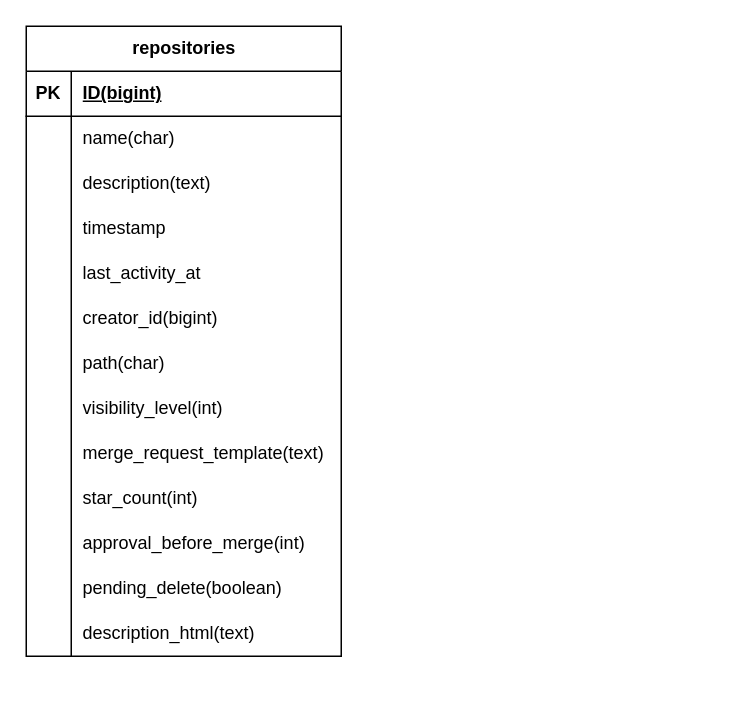
The draw.io diagram Untitled Diagram.drawio in hoangchung16-00/my-git-store, before the edit. Source tidied: cells renumbered, new cells numbered last; positions are measured from the earlier drawing's top-left corner, leaving out a move shared by most shapes. Both pictures are drawn from the tidied source at 150%, with x=0, y=0 at pixel (26, 26).
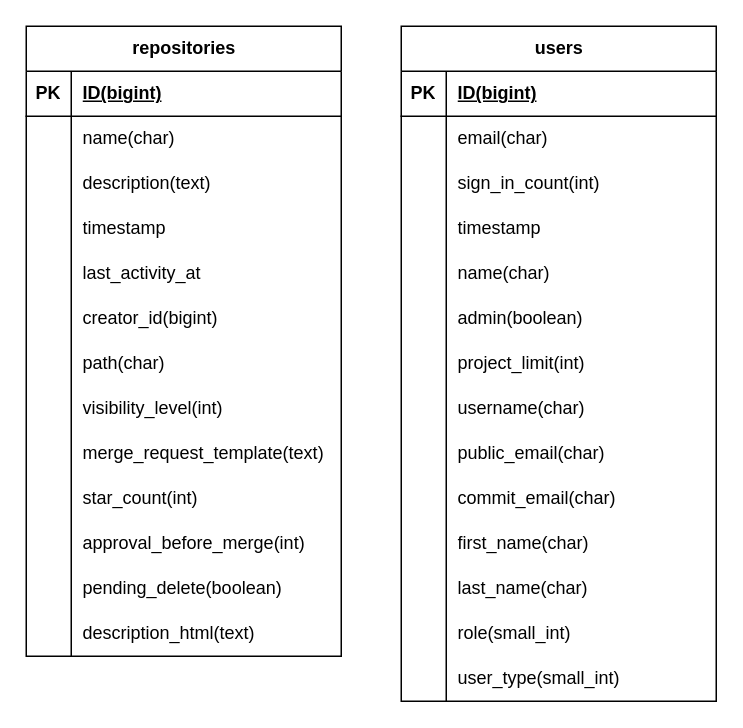
After the change.

Commit message:
diagram: users

Change to the diagram source:
```diff
@@
+    <mxCell id="42" value="users" style="shape=table;startSize=30;childLayout=tableLayout;rowLines=0;fontStyle=1;align=center;html=1;" parent="1" vertex="1">
+      <mxGeometry x="250" width="210" height="450" as="geometry" />
+    </mxCell>
+    <mxCell id="43" style="shape=tableRow;horizontal=0;startSize=0;swimlaneHead=0;swimlaneBody=0;fillColor=none;top=0;left=0;right=0;bottom=1;" parent="42" vertex="1">
+      <mxGeometry y="30" width="210" height="30" as="geometry" />
+    </mxCell>
+    <mxCell id="44" value="PK" style="shape=partialRectangle;fillColor=none;top=0;left=0;bottom=0;right=0;fontStyle=1;overflow=hidden;whiteSpace=wrap;html=1;" parent="43" vertex="1">
+      <mxGeometry width="30" height="30" as="geometry" />
+    </mxCell>
+    <mxCell id="45" value="ID(bigint)" style="shape=partialRectangle;fillColor=none;top=0;left=0;bottom=0;right=0;align=left;spacingLeft=6;fontStyle=5;overflow=hidden;whiteSpace=wrap;html=1;" parent="43" vertex="1">
+      <mxGeometry x="30" width="180" height="30" as="geometry" />
+    </mxCell>
+    <mxCell id="46" style="shape=tableRow;horizontal=0;startSize=0;swimlaneHead=0;swimlaneBody=0;fillColor=none;top=0;left=0;right=0;bottom=0;" parent="42" vertex="1">
+      <mxGeometry y="60" width="210" height="30" as="geometry" />
+    </mxCell>
+    <mxCell id="47" style="shape=partialRectangle;fillColor=none;top=0;left=0;bottom=0;right=0;overflow=hidden;whiteSpace=wrap;html=1;" parent="46" vertex="1">
+      <mxGeometry width="30" height="30" as="geometry" />
+    </mxCell>
+    <mxCell id="48" value="email(char)" style="shape=partialRectangle;fillColor=none;top=0;left=0;bottom=0;right=0;align=left;spacingLeft=6;overflow=hidden;whiteSpace=wrap;html=1;" parent="46" vertex="1">
+      <mxGeometry x="30" width="180" height="30" as="geometry" />
+    </mxCell>
+    <mxCell id="49" style="shape=tableRow;horizontal=0;startSize=0;swimlaneHead=0;swimlaneBody=0;fillColor=none;top=0;left=0;right=0;bottom=0;" parent="42" vertex="1">
+      <mxGeometry y="90" width="210" height="30" as="geometry" />
+    </mxCell>
+    <mxCell id="50" style="shape=partialRectangle;fillColor=none;top=0;left=0;bottom=0;right=0;overflow=hidden;whiteSpace=wrap;html=1;" parent="49" vertex="1">
+      <mxGeometry width="30" height="30" as="geometry" />
+    </mxCell>
+    <mxCell id="51" value="sign_in_count(int)" style="shape=partialRectangle;fillColor=none;top=0;left=0;bottom=0;right=0;align=left;spacingLeft=6;overflow=hidden;whiteSpace=wrap;html=1;" parent="49" vertex="1">
+      <mxGeometry x="30" width="180" height="30" as="geometry" />
+    </mxCell>
+    <mxCell id="52" style="shape=tableRow;horizontal=0;startSize=0;swimlaneHead=0;swimlaneBody=0;fillColor=none;top=0;left=0;right=0;bottom=0;" parent="42" vertex="1">
+      <mxGeometry y="120" width="210" height="30" as="geometry" />
+    </mxCell>
+    <mxCell id="53" style="shape=partialRectangle;fillColor=none;top=0;left=0;bottom=0;right=0;overflow=hidden;whiteSpace=wrap;html=1;" parent="52" vertex="1">
+      <mxGeometry width="30" height="30" as="geometry" />
+    </mxCell>
+    <mxCell id="54" value="timestamp" style="shape=partialRectangle;fillColor=none;top=0;left=0;bottom=0;right=0;align=left;spacingLeft=6;overflow=hidden;whiteSpace=wrap;html=1;" parent="52" vertex="1">
+      <mxGeometry x="30" width="180" height="30" as="geometry" />
+    </mxCell>
+    <mxCell id="55" style="shape=tableRow;horizontal=0;startSize=0;swimlaneHead=0;swimlaneBody=0;fillColor=none;top=0;left=0;right=0;bottom=0;" parent="42" vertex="1">
+      <mxGeometry y="150" width="210" height="30" as="geometry" />
+    </mxCell>
+    <mxCell id="56" style="shape=partialRectangle;fillColor=none;top=0;left=0;bottom=0;right=0;overflow=hidden;whiteSpace=wrap;html=1;" parent="55" vertex="1">
+      <mxGeometry width="30" height="30" as="geometry" />
+    </mxCell>
+    <mxCell id="57" value="name(char)" style="shape=partialRectangle;fillColor=none;top=0;left=0;bottom=0;right=0;align=left;spacingLeft=6;overflow=hidden;whiteSpace=wrap;html=1;" parent="55" vertex="1">
+      <mxGeometry x="30" width="180" height="30" as="geometry" />
+    </mxCell>
+    <mxCell id="58" style="shape=tableRow;horizontal=0;startSize=0;swimlaneHead=0;swimlaneBody=0;fillColor=none;top=0;left=0;right=0;bottom=0;" parent="42" vertex="1">
+      <mxGeometry y="180" width="210" height="30" as="geometry" />
+    </mxCell>
+    <mxCell id="59" style="shape=partialRectangle;fillColor=none;top=0;left=0;bottom=0;right=0;overflow=hidden;whiteSpace=wrap;html=1;" parent="58" vertex="1">
+      <mxGeometry width="30" height="30" as="geometry" />
+    </mxCell>
+    <mxCell id="60" value="admin(boolean)" style="shape=partialRectangle;fillColor=none;top=0;left=0;bottom=0;right=0;align=left;spacingLeft=6;overflow=hidden;whiteSpace=wrap;html=1;" parent="58" vertex="1">
+      <mxGeometry x="30" width="180" height="30" as="geometry" />
+    </mxCell>
+    <mxCell id="61" style="shape=tableRow;horizontal=0;startSize=0;swimlaneHead=0;swimlaneBody=0;fillColor=none;top=0;left=0;right=0;bottom=0;" parent="42" vertex="1">
+      <mxGeometry y="210" width="210" height="30" as="geometry" />
+    </mxCell>
+    <mxCell id="62" style="shape=partialRectangle;fillColor=none;top=0;left=0;bottom=0;right=0;overflow=hidden;whiteSpace=wrap;html=1;" parent="61" vertex="1">
+      <mxGeometry width="30" height="30" as="geometry" />
+    </mxCell>
+    <mxCell id="63" value="project_limit(int)" style="shape=partialRectangle;fillColor=none;top=0;left=0;bottom=0;right=0;align=left;spacingLeft=6;overflow=hidden;whiteSpace=wrap;html=1;" parent="61" vertex="1">
+      <mxGeometry x="30" width="180" height="30" as="geometry" />
+    </mxCell>
+    <mxCell id="64" style="shape=tableRow;horizontal=0;startSize=0;swimlaneHead=0;swimlaneBody=0;fillColor=none;top=0;left=0;right=0;bottom=0;" parent="42" vertex="1">
+      <mxGeometry y="240" width="210" height="30" as="geometry" />
+    </mxCell>
+    <mxCell id="65" style="shape=partialRectangle;fillColor=none;top=0;left=0;bottom=0;right=0;overflow=hidden;whiteSpace=wrap;html=1;" parent="64" vertex="1">
+      <mxGeometry width="30" height="30" as="geometry" />
+    </mxCell>
+    <mxCell id="66" value="username(char)" style="shape=partialRectangle;fillColor=none;top=0;left=0;bottom=0;right=0;align=left;spacingLeft=6;overflow=hidden;whiteSpace=wrap;html=1;" parent="64" vertex="1">
+      <mxGeometry x="30" width="180" height="30" as="geometry" />
+    </mxCell>
+    <mxCell id="67" style="shape=tableRow;horizontal=0;startSize=0;swimlaneHead=0;swimlaneBody=0;fillColor=none;top=0;left=0;right=0;bottom=0;" parent="42" vertex="1">
+      <mxGeometry y="270" width="210" height="30" as="geometry" />
+    </mxCell>
+    <mxCell id="68" style="shape=partialRectangle;fillColor=none;top=0;left=0;bottom=0;right=0;overflow=hidden;whiteSpace=wrap;html=1;" parent="67" vertex="1">
+      <mxGeometry width="30" height="30" as="geometry" />
+    </mxCell>
+    <mxCell id="69" value="public_email(char)" style="shape=partialRectangle;fillColor=none;top=0;left=0;bottom=0;right=0;align=left;spacingLeft=6;overflow=hidden;whiteSpace=wrap;html=1;" parent="67" vertex="1">
+      <mxGeometry x="30" width="180" height="30" as="geometry" />
+    </mxCell>
+    <mxCell id="70" style="shape=tableRow;horizontal=0;startSize=0;swimlaneHead=0;swimlaneBody=0;fillColor=none;top=0;left=0;right=0;bottom=0;" parent="42" vertex="1">
+      <mxGeometry y="300" width="210" height="30" as="geometry" />
+    </mxCell>
+    <mxCell id="71" style="shape=partialRectangle;fillColor=none;top=0;left=0;bottom=0;right=0;overflow=hidden;whiteSpace=wrap;html=1;" parent="70" vertex="1">
+      <mxGeometry width="30" height="30" as="geometry" />
+    </mxCell>
+    <mxCell id="72" value="commit_email(char)" style="shape=partialRectangle;fillColor=none;top=0;left=0;bottom=0;right=0;align=left;spacingLeft=6;overflow=hidden;whiteSpace=wrap;html=1;" parent="70" vertex="1">
+      <mxGeometry x="30" width="180" height="30" as="geometry" />
+    </mxCell>
+    <mxCell id="73" style="shape=tableRow;horizontal=0;startSize=0;swimlaneHead=0;swimlaneBody=0;fillColor=none;top=0;left=0;right=0;bottom=0;" parent="42" vertex="1">
+      <mxGeometry y="330" width="210" height="30" as="geometry" />
+    </mxCell>
+    <mxCell id="74" style="shape=partialRectangle;fillColor=none;top=0;left=0;bottom=0;right=0;overflow=hidden;whiteSpace=wrap;html=1;" parent="73" vertex="1">
+      <mxGeometry width="30" height="30" as="geometry" />
+    </mxCell>
+    <mxCell id="75" value="first_name(char)" style="shape=partialRectangle;fillColor=none;top=0;left=0;bottom=0;right=0;align=left;spacingLeft=6;overflow=hidden;whiteSpace=wrap;html=1;" parent="73" vertex="1">
+      <mxGeometry x="30" width="180" height="30" as="geometry" />
+    </mxCell>
+    <mxCell id="76" style="shape=tableRow;horizontal=0;startSize=0;swimlaneHead=0;swimlaneBody=0;fillColor=none;top=0;left=0;right=0;bottom=0;" parent="42" vertex="1">
+      <mxGeometry y="360" width="210" height="30" as="geometry" />
+    </mxCell>
+    <mxCell id="77" style="shape=partialRectangle;fillColor=none;top=0;left=0;bottom=0;right=0;overflow=hidden;whiteSpace=wrap;html=1;" parent="76" vertex="1">
+      <mxGeometry width="30" height="30" as="geometry" />
+    </mxCell>
+    <mxCell id="78" value="last_name(char)" style="shape=partialRectangle;fillColor=none;top=0;left=0;bottom=0;right=0;align=left;spacingLeft=6;overflow=hidden;whiteSpace=wrap;html=1;" parent="76" vertex="1">
+      <mxGeometry x="30" width="180" height="30" as="geometry" />
+    </mxCell>
+    <mxCell id="79" style="shape=tableRow;horizontal=0;startSize=0;swimlaneHead=0;swimlaneBody=0;fillColor=none;top=0;left=0;right=0;bottom=0;" parent="42" vertex="1">
+      <mxGeometry y="390" width="210" height="30" as="geometry" />
+    </mxCell>
+    <mxCell id="80" style="shape=partialRectangle;fillColor=none;top=0;left=0;bottom=0;right=0;overflow=hidden;whiteSpace=wrap;html=1;" parent="79" vertex="1">
+      <mxGeometry width="30" height="30" as="geometry" />
+    </mxCell>
+    <mxCell id="81" value="role(small_int)" style="shape=partialRectangle;fillColor=none;top=0;left=0;bottom=0;right=0;align=left;spacingLeft=6;overflow=hidden;whiteSpace=wrap;html=1;" parent="79" vertex="1">
+      <mxGeometry x="30" width="180" height="30" as="geometry" />
+    </mxCell>
+    <mxCell id="82" style="shape=tableRow;horizontal=0;startSize=0;swimlaneHead=0;swimlaneBody=0;fillColor=none;top=0;left=0;right=0;bottom=0;" parent="42" vertex="1">
+      <mxGeometry y="420" width="210" height="30" as="geometry" />
+    </mxCell>
+    <mxCell id="83" style="shape=partialRectangle;fillColor=none;top=0;left=0;bottom=0;right=0;overflow=hidden;whiteSpace=wrap;html=1;" parent="82" vertex="1">
+      <mxGeometry width="30" height="30" as="geometry" />
+    </mxCell>
+    <mxCell id="84" value="user_type(small_int)" style="shape=partialRectangle;fillColor=none;top=0;left=0;bottom=0;right=0;align=left;spacingLeft=6;overflow=hidden;whiteSpace=wrap;html=1;" parent="82" vertex="1">
+      <mxGeometry x="30" width="180" height="30" as="geometry" />
+    </mxCell>
```
